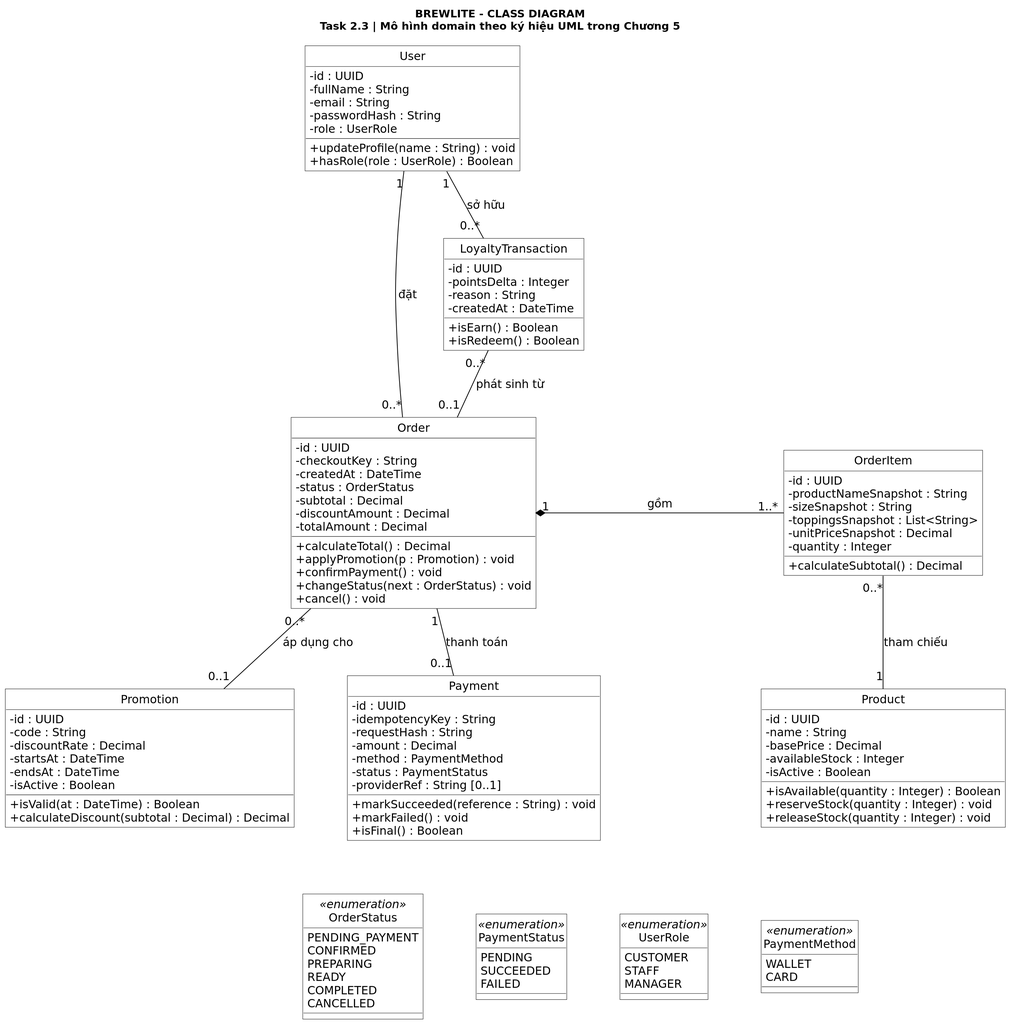
Above: docs/diagrams/Task2_3_Class.svg in Bao3Q/PhucLong (PlantUML), before the change.
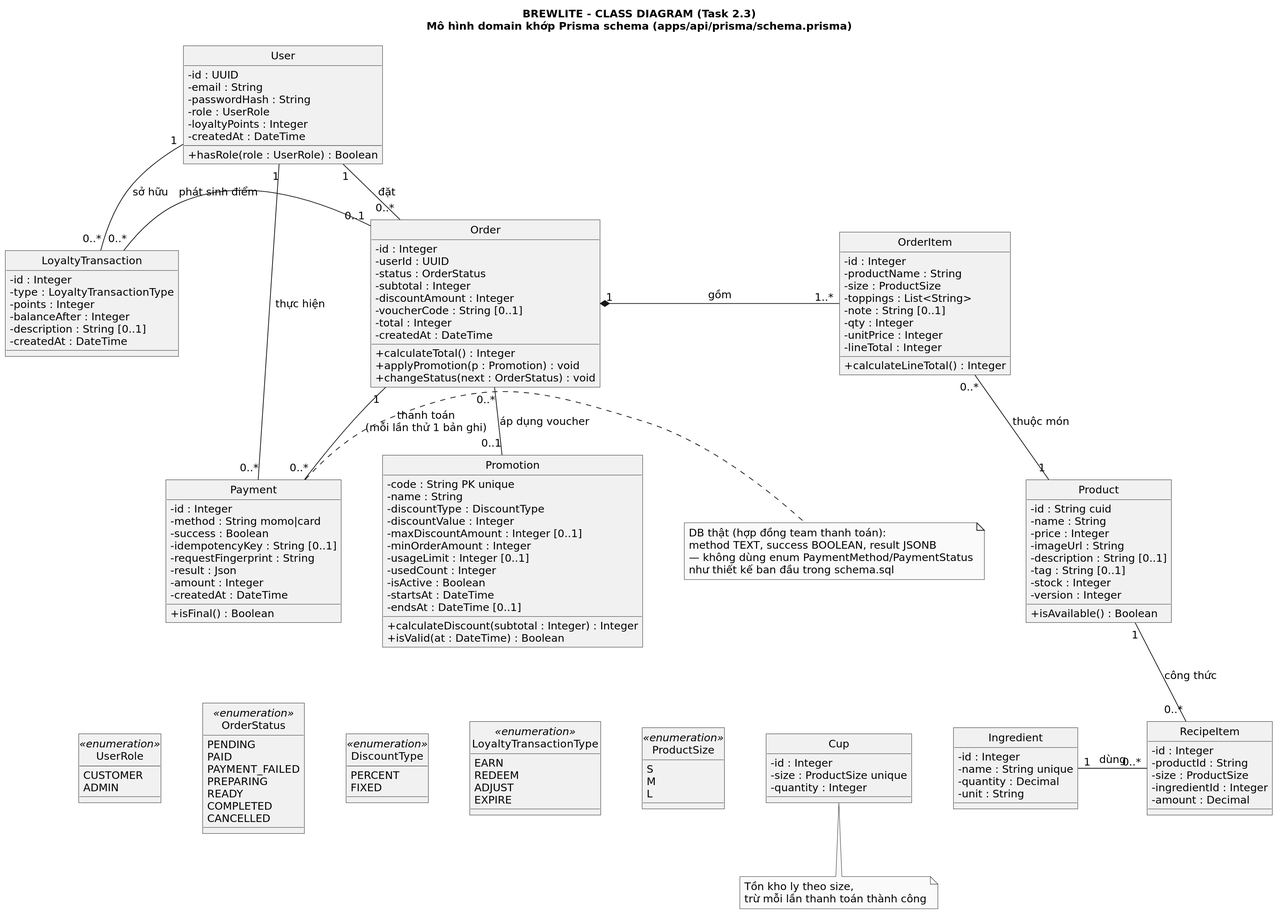
The same diagram one commit later.

Change to the diagram source:
```diff
@@ -4,132 +4,172 @@
 skinparam shadowing false
 skinparam roundCorner 0
 skinparam defaultFontName DejaVu Sans
-skinparam defaultFontSize 15
+skinparam defaultFontSize 14
 skinparam classAttributeIconSize 0
-skinparam classBackgroundColor white
-skinparam classBorderColor black
-skinparam ArrowColor black
-skinparam nodesep 70
-skinparam ranksep 70
+skinparam nodesep 55
+skinparam ranksep 55
 skinparam dpi 180
 hide circle
 
-title BREWLITE - CLASS DIAGRAM\nTask 2.3 | Mô hình domain theo ký hiệu UML trong Chương 5
+title BREWLITE - CLASS DIAGRAM (Task 2.3)\nMô hình domain khớp Prisma schema (apps/api/prisma/schema.prisma)
 
 class User {
- - id : UUID
- - fullName : String
- - email : String
- - passwordHash : String
- - role : UserRole
- + updateProfile(name : String) : void
- + hasRole(role : UserRole) : Boolean
+  - id : UUID
+  - email : String
+  - passwordHash : String
+  - role : UserRole
+  - loyaltyPoints : Integer
+  - createdAt : DateTime
+  + hasRole(role : UserRole) : Boolean
 }
 class Order {
- - id : UUID
- - checkoutKey : String
- - createdAt : DateTime
- - status : OrderStatus
- - subtotal : Decimal
- - discountAmount : Decimal
- - totalAmount : Decimal
- + calculateTotal() : Decimal
- + applyPromotion(p : Promotion) : void
- + confirmPayment() : void
- + changeStatus(next : OrderStatus) : void
- + cancel() : void
+  - id : Integer
+  - userId : UUID
+  - status : OrderStatus
+  - subtotal : Integer
+  - discountAmount : Integer
+  - voucherCode : String [0..1]
+  - total : Integer
+  - createdAt : DateTime
+  + calculateTotal() : Integer
+  + applyPromotion(p : Promotion) : void
+  + changeStatus(next : OrderStatus) : void
 }
 class OrderItem {
- - id : UUID
- - productNameSnapshot : String
- - sizeSnapshot : String
- - toppingsSnapshot : List<String>
- - unitPriceSnapshot : Decimal
- - quantity : Integer
- + calculateSubtotal() : Decimal
+  - id : Integer
+  - productName : String
+  - size : ProductSize
+  - toppings : List<String>
+  - note : String [0..1]
+  - qty : Integer
+  - unitPrice : Integer
+  - lineTotal : Integer
+  + calculateLineTotal() : Integer
 }
 class Product {
- - id : UUID
- - name : String
- - basePrice : Decimal
- - availableStock : Integer
- - isActive : Boolean
- + isAvailable(quantity : Integer) : Boolean
- + reserveStock(quantity : Integer) : void
- + releaseStock(quantity : Integer) : void
+  - id : String cuid
+  - name : String
+  - price : Integer
+  - imageUrl : String
+  - description : String [0..1]
+  - tag : String [0..1]
+  - stock : Integer
+  - version : Integer
+  + isAvailable() : Boolean
 }
 class Payment {
- - id : UUID
- - idempotencyKey : String
- - requestHash : String
- - amount : Decimal
- - method : PaymentMethod
- - status : PaymentStatus
- - providerRef : String [0..1]
- + markSucceeded(reference : String) : void
- + markFailed() : void
- + isFinal() : Boolean
+  - id : Integer
+  - method : String momo|card
+  - success : Boolean
+  - idempotencyKey : String [0..1]
+  - requestFingerprint : String
+  - result : Json
+  - amount : Integer
+  - createdAt : DateTime
+  + isFinal() : Boolean
 }
 class Promotion {
- - id : UUID
- - code : String
- - discountRate : Decimal
- - startsAt : DateTime
- - endsAt : DateTime
- - isActive : Boolean
- + isValid(at : DateTime) : Boolean
- + calculateDiscount(subtotal : Decimal) : Decimal
+  - code : String PK unique
+  - name : String
+  - discountType : DiscountType
+  - discountValue : Integer
+  - maxDiscountAmount : Integer [0..1]
+  - minOrderAmount : Integer
+  - usageLimit : Integer [0..1]
+  - usedCount : Integer
+  - isActive : Boolean
+  - startsAt : DateTime
+  - endsAt : DateTime [0..1]
+  + calculateDiscount(subtotal : Integer) : Integer
+  + isValid(at : DateTime) : Boolean
 }
 class LoyaltyTransaction {
- - id : UUID
- - pointsDelta : Integer
- - reason : String
- - createdAt : DateTime
- + isEarn() : Boolean
- + isRedeem() : Boolean
+  - id : Integer
+  - type : LoyaltyTransactionType
+  - points : Integer
+  - balanceAfter : Integer
+  - description : String [0..1]
+  - createdAt : DateTime
+}
+class RecipeItem {
+  - id : Integer
+  - productId : String
+  - size : ProductSize
+  - ingredientId : Integer
+  - amount : Decimal
+}
+class Ingredient {
+  - id : Integer
+  - name : String unique
+  - quantity : Decimal
+  - unit : String
+}
+class Cup {
+  - id : Integer
+  - size : ProductSize unique
+  - quantity : Integer
 }
 
 User "1" -right- "0..*" Order : đặt
 Order "1" *-right- "1..*" OrderItem : gồm
-OrderItem "0..*" -down- "1" Product : tham chiếu
-Order "1" -down- "0..1" Payment : thanh toán
-Promotion "0..1" -up- "0..*" Order : áp dụng cho
+OrderItem "0..*" -down- "1" Product : thuộc món
+User "1" -down- "0..*" Payment : thực hiện
+Order "1" -down- "0..*" Payment : thanh toán\n(mỗi lần thử 1 bản ghi)
+Order "0..*" -down- "0..1" Promotion : áp dụng voucher
 User "1" -down- "0..*" LoyaltyTransaction : sở hữu
-LoyaltyTransaction "0..*" -- "0..1" Order : phát sinh từ
-
-Promotion -[hidden]right- Payment
-Payment -[hidden]right- Product
-LoyaltyTransaction -[hidden]right- Promotion
+Order "0..1" -left- "0..*" LoyaltyTransaction : phát sinh điểm
+Product "1" -down- "0..*" RecipeItem : công thức
+Ingredient "1" -right- "0..*" RecipeItem : dùng
 
 together {
- enum UserRole <<enumeration>> {
-  CUSTOMER
-  STAFF
-  MANAGER
- }
- enum OrderStatus <<enumeration>> {
-  PENDING_PAYMENT
-  CONFIRMED
-  PREPARING
-  READY
-  COMPLETED
-  CANCELLED
- }
- enum PaymentStatus <<enumeration>> {
-  PENDING
-  SUCCEEDED
-  FAILED
- }
- enum PaymentMethod <<enumeration>> {
-  WALLET
-  CARD
- }
+  enum UserRole <<enumeration>> {
+    CUSTOMER
+    ADMIN
+  }
+  enum ProductSize <<enumeration>> {
+    S
+    M
+    L
+  }
+  enum OrderStatus <<enumeration>> {
+    PENDING
+    PAID
+    PAYMENT_FAILED
+    PREPARING
+    READY
+    COMPLETED
+    CANCELLED
+  }
+  enum DiscountType <<enumeration>> {
+    PERCENT
+    FIXED
+  }
+  enum LoyaltyTransactionType <<enumeration>> {
+    EARN
+    REDEEM
+    ADJUST
+    EXPIRE
+  }
 }
+
+note right of Payment
+  DB thật (hợp đồng team thanh toán):
+  method TEXT, success BOOLEAN, result JSONB
+  — không dùng enum PaymentMethod/PaymentStatus
+  như thiết kế ban đầu trong schema.sql
+end note
+note bottom of Cup
+  Tồn kho ly theo size,
+  trừ mỗi lần thanh toán thành công
+end note
+
+Cup -[hidden]right- Ingredient
 LoyaltyTransaction -[hidden]down- UserRole
-Promotion -[hidden]down- OrderStatus
-Payment -[hidden]down- PaymentStatus
-Product -[hidden]down- PaymentMethod
-UserRole -[hidden]right- OrderStatus
-OrderStatus -[hidden]right- PaymentStatus
-PaymentStatus -[hidden]right- PaymentMethod
+Promotion -[hidden]down- DiscountType
+Payment -[hidden]down- OrderStatus
+Product -[hidden]down- ProductSize
+UserRole -[hidden]right- ProductSize
+ProductSize -[hidden]right- OrderStatus
+OrderStatus -[hidden]right- DiscountType
+DiscountType -[hidden]right- LoyaltyTransactionType
 @enduml
```
